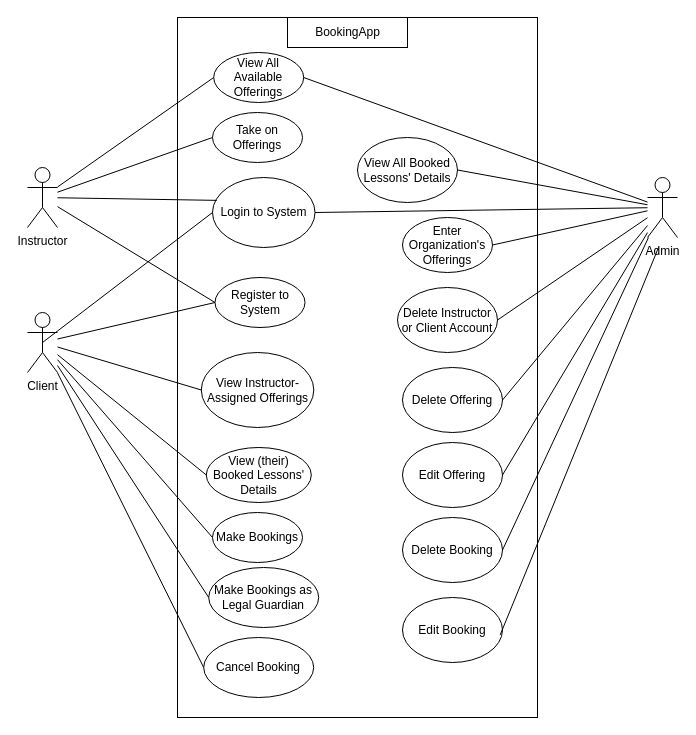
aleckira/SOEN_342_PROJECT keeps this draw.io diagram as Artifacts/Use Case Diagram.drawio. Above is the earlier version. Source tidied: cells renumbered, new cells numbered last; positions are measured from the earlier drawing's top-left corner, leaving out a move shared by most shapes. Both pictures are drawn from the tidied source at 100%, with x=0, y=0 at pixel (27, 17).
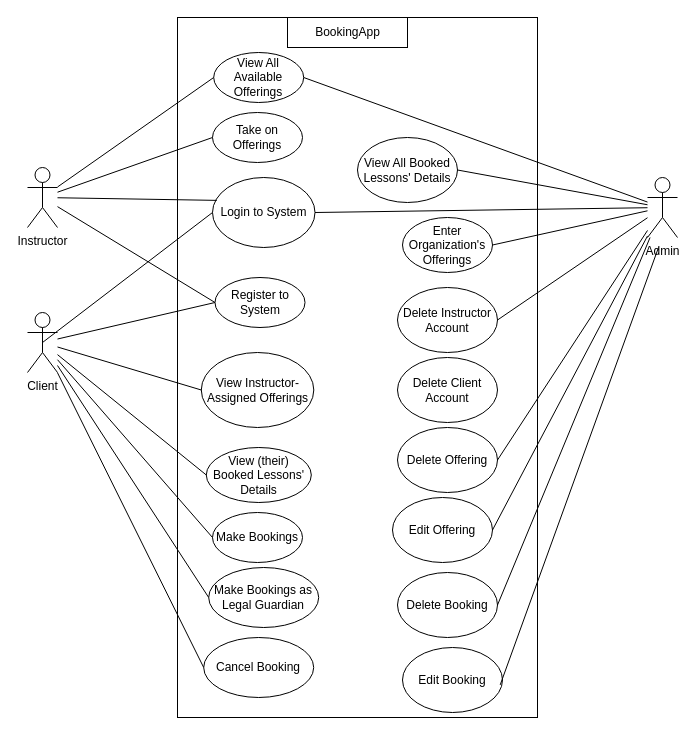
After the change.

What changed in the source:
```diff
@@
-    <mxCell id="26" value="Delete Instructor or Client Account" style="ellipse;whiteSpace=wrap;html=1;" parent="1" vertex="1">
+    <mxCell id="26" value="Delete Instructor Account" style="ellipse;whiteSpace=wrap;html=1;" parent="1" vertex="1">
       <mxGeometry x="370" y="270" width="100" height="65" as="geometry" />
     </mxCell>
@@
     <mxCell id="35" value="Delete Offering" style="ellipse;whiteSpace=wrap;html=1;" parent="1" vertex="1">
-      <mxGeometry x="375" y="350" width="100" height="65" as="geometry" />
+      <mxGeometry x="370" y="410" width="100" height="65" as="geometry" />
     </mxCell>
     <mxCell id="36" value="Delete Booking" style="ellipse;whiteSpace=wrap;html=1;" parent="1" vertex="1">
-      <mxGeometry x="375" y="500" width="100" height="65" as="geometry" />
+      <mxGeometry x="370" y="555" width="100" height="65" as="geometry" />
     </mxCell>
@@
     <mxCell id="41" value="Edit Offering" style="ellipse;whiteSpace=wrap;html=1;" parent="1" vertex="1">
-      <mxGeometry x="375" y="425" width="100" height="65" as="geometry" />
+      <mxGeometry x="365" y="480" width="100" height="65" as="geometry" />
     </mxCell>
     <mxCell id="42" value="Edit Booking" style="ellipse;whiteSpace=wrap;html=1;" parent="1" vertex="1">
-      <mxGeometry x="375" y="580" width="100" height="65" as="geometry" />
+      <mxGeometry x="375" y="630" width="100" height="65" as="geometry" />
     </mxCell>
@@
+    <mxCell id="45" value="Delete Client Account" style="ellipse;whiteSpace=wrap;html=1;" parent="1" vertex="1">
+      <mxGeometry x="370" y="340" width="100" height="65" as="geometry" />
+    </mxCell>
```
